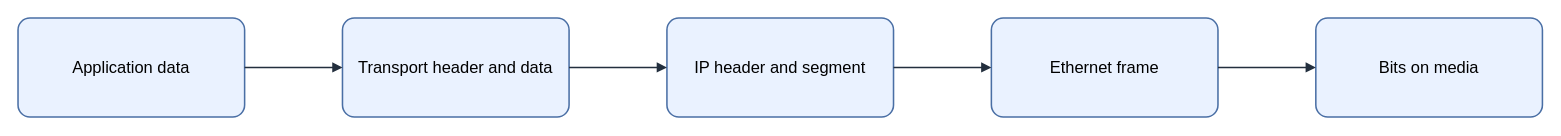
Before: assets/img/network/osi-encapsulation-flow.drawio in KKamJi98/kkamji98.github.io, a draw.io diagram. Source tidied: cells renumbered, new cells numbered last; positions are measured from the earlier drawing's top-left corner, leaving out a move shared by most shapes. Both pictures are drawn from the tidied source at 103%, with x=0, y=0 at pixel (18, 18).
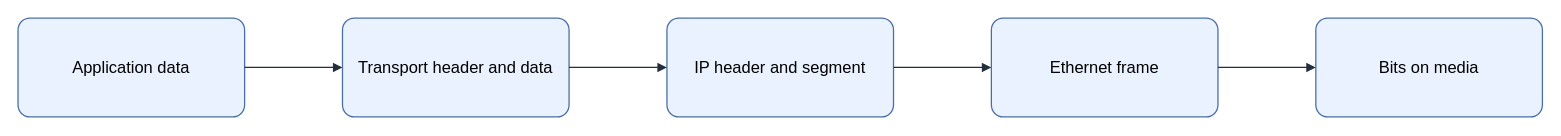
The same page after the edit.

The edit, as a diff of the source:
```diff
@@
 <mxGraphModel background="#FFFFFF">
   <root>
     <mxCell id="0" />
     <mxCell id="1" parent="0" />
-    <mxCell id="2" value="&lt;font style=&quot;color: rgb(0, 0, 0);&quot;&gt;Application data&lt;/font&gt;" style="rounded=1;arcSize=12;whiteSpace=wrap;html=1;fillColor=#EAF2FF;strokeColor=#4A6FA5;strokeWidth=1.5;fontColor=#000000;fontSize=16;align=center;verticalAlign=middle;spacing=8;shadow=0;" parent="1" vertex="1">
+    <mxCell id="2" value="Application data" style="rounded=1;arcSize=12;whiteSpace=wrap;html=0;fillColor=#EAF2FF;strokeColor=#4A6FA5;strokeWidth=1.25;fontColor=#000000;fontSize=16;align=center;verticalAlign=middle;spacing=8;shadow=0;" parent="1" vertex="1">
       <mxGeometry width="220" height="96" as="geometry" />
     </mxCell>
-    <mxCell id="3" value="&lt;font style=&quot;color: rgb(0, 0, 0);&quot;&gt;Transport header and data&lt;/font&gt;" style="rounded=1;arcSize=12;whiteSpace=wrap;html=1;fillColor=#EAF2FF;strokeColor=#4A6FA5;strokeWidth=1.5;fontColor=#000000;fontSize=16;align=center;verticalAlign=middle;spacing=8;shadow=0;" parent="1" vertex="1">
+    <mxCell id="3" value="Transport header and data" style="rounded=1;arcSize=12;whiteSpace=wrap;html=0;fillColor=#EAF2FF;strokeColor=#4A6FA5;strokeWidth=1.25;fontColor=#000000;fontSize=16;align=center;verticalAlign=middle;spacing=8;shadow=0;" parent="1" vertex="1">
       <mxGeometry x="315" width="220" height="96" as="geometry" />
     </mxCell>
-    <mxCell id="4" value="&lt;font style=&quot;color: rgb(0, 0, 0);&quot;&gt;IP header and segment&lt;/font&gt;" style="rounded=1;arcSize=12;whiteSpace=wrap;html=1;fillColor=#EAF2FF;strokeColor=#4A6FA5;strokeWidth=1.5;fontColor=#000000;fontSize=16;align=center;verticalAlign=middle;spacing=8;shadow=0;" parent="1" vertex="1">
+    <mxCell id="4" value="IP header and segment" style="rounded=1;arcSize=12;whiteSpace=wrap;html=0;fillColor=#EAF2FF;strokeColor=#4A6FA5;strokeWidth=1.25;fontColor=#000000;fontSize=16;align=center;verticalAlign=middle;spacing=8;shadow=0;" parent="1" vertex="1">
       <mxGeometry x="630" width="220" height="96" as="geometry" />
     </mxCell>
-    <mxCell id="5" value="&lt;font style=&quot;color: rgb(0, 0, 0);&quot;&gt;Ethernet frame&lt;/font&gt;" style="rounded=1;arcSize=12;whiteSpace=wrap;html=1;fillColor=#EAF2FF;strokeColor=#4A6FA5;strokeWidth=1.5;fontColor=#000000;fontSize=16;align=center;verticalAlign=middle;spacing=8;shadow=0;" parent="1" vertex="1">
+    <mxCell id="5" value="Ethernet frame" style="rounded=1;arcSize=12;whiteSpace=wrap;html=0;fillColor=#EAF2FF;strokeColor=#4A6FA5;strokeWidth=1.25;fontColor=#000000;fontSize=16;align=center;verticalAlign=middle;spacing=8;shadow=0;" parent="1" vertex="1">
       <mxGeometry x="945" width="220" height="96" as="geometry" />
     </mxCell>
-    <mxCell id="6" value="&lt;font style=&quot;color: rgb(0, 0, 0);&quot;&gt;Bits on media&lt;/font&gt;" style="rounded=1;arcSize=12;whiteSpace=wrap;html=1;fillColor=#EAF2FF;strokeColor=#4A6FA5;strokeWidth=1.5;fontColor=#000000;fontSize=16;align=center;verticalAlign=middle;spacing=8;shadow=0;" parent="1" vertex="1">
+    <mxCell id="6" value="Bits on media" style="rounded=1;arcSize=12;whiteSpace=wrap;html=0;fillColor=#EAF2FF;strokeColor=#4A6FA5;strokeWidth=1.25;fontColor=#000000;fontSize=16;align=center;verticalAlign=middle;spacing=8;shadow=0;" parent="1" vertex="1">
       <mxGeometry x="1260" width="220" height="96" as="geometry" />
     </mxCell>
-    <mxCell id="7" style="edgeStyle=orthogonalEdgeStyle;rounded=0;jettySize=auto;html=1;endArrow=block;endFill=1;strokeColor=#232F3E;strokeWidth=1.5;fontColor=#000000;labelBackgroundColor=none;exitX=1;exitY=0.5;exitDx=0;exitDy=0;entryX=0;entryY=0.5;entryDx=0;entryDy=0;" parent="1" edge="1" source="2" target="3">
+    <mxCell id="7" style="edgeStyle=orthogonalEdgeStyle;rounded=0;jettySize=auto;html=0;endArrow=block;endFill=1;strokeColor=#232F3E;strokeWidth=1.25;fontColor=#000000;labelBackgroundColor=none;exitX=1;exitY=0.5;exitDx=0;exitDy=0;entryX=0;entryY=0.5;entryDx=0;entryDy=0;" parent="1" edge="1" source="2" target="3">
       <mxGeometry relative="1" as="geometry" />
     </mxCell>
-    <mxCell id="8" style="edgeStyle=orthogonalEdgeStyle;rounded=0;jettySize=auto;html=1;endArrow=block;endFill=1;strokeColor=#232F3E;strokeWidth=1.5;fontColor=#000000;labelBackgroundColor=none;exitX=1;exitY=0.5;exitDx=0;exitDy=0;entryX=0;entryY=0.5;entryDx=0;entryDy=0;" parent="1" edge="1" source="3" target="4">
+    <mxCell id="8" style="edgeStyle=orthogonalEdgeStyle;rounded=0;jettySize=auto;html=0;endArrow=block;endFill=1;strokeColor=#232F3E;strokeWidth=1.25;fontColor=#000000;labelBackgroundColor=none;exitX=1;exitY=0.5;exitDx=0;exitDy=0;entryX=0;entryY=0.5;entryDx=0;entryDy=0;" parent="1" edge="1" source="3" target="4">
       <mxGeometry relative="1" as="geometry" />
     </mxCell>
-    <mxCell id="9" style="edgeStyle=orthogonalEdgeStyle;rounded=0;jettySize=auto;html=1;endArrow=block;endFill=1;strokeColor=#232F3E;strokeWidth=1.5;fontColor=#000000;labelBackgroundColor=none;exitX=1;exitY=0.5;exitDx=0;exitDy=0;entryX=0;entryY=0.5;entryDx=0;entryDy=0;" parent="1" edge="1" source="4" target="5">
+    <mxCell id="9" style="edgeStyle=orthogonalEdgeStyle;rounded=0;jettySize=auto;html=0;endArrow=block;endFill=1;strokeColor=#232F3E;strokeWidth=1.25;fontColor=#000000;labelBackgroundColor=none;exitX=1;exitY=0.5;exitDx=0;exitDy=0;entryX=0;entryY=0.5;entryDx=0;entryDy=0;" parent="1" edge="1" source="4" target="5">
       <mxGeometry relative="1" as="geometry" />
     </mxCell>
-    <mxCell id="10" style="edgeStyle=orthogonalEdgeStyle;rounded=0;jettySize=auto;html=1;endArrow=block;endFill=1;strokeColor=#232F3E;strokeWidth=1.5;fontColor=#000000;labelBackgroundColor=none;exitX=1;exitY=0.5;exitDx=0;exitDy=0;entryX=0;entryY=0.5;entryDx=0;entryDy=0;" parent="1" edge="1" source="5" target="6">
+    <mxCell id="10" style="edgeStyle=orthogonalEdgeStyle;rounded=0;jettySize=auto;html=0;endArrow=block;endFill=1;strokeColor=#232F3E;strokeWidth=1.25;fontColor=#000000;labelBackgroundColor=none;exitX=1;exitY=0.5;exitDx=0;exitDy=0;entryX=0;entryY=0.5;entryDx=0;entryDy=0;" parent="1" edge="1" source="5" target="6">
       <mxGeometry relative="1" as="geometry" />
     </mxCell>
   </root>
 </mxGraphModel>
```
